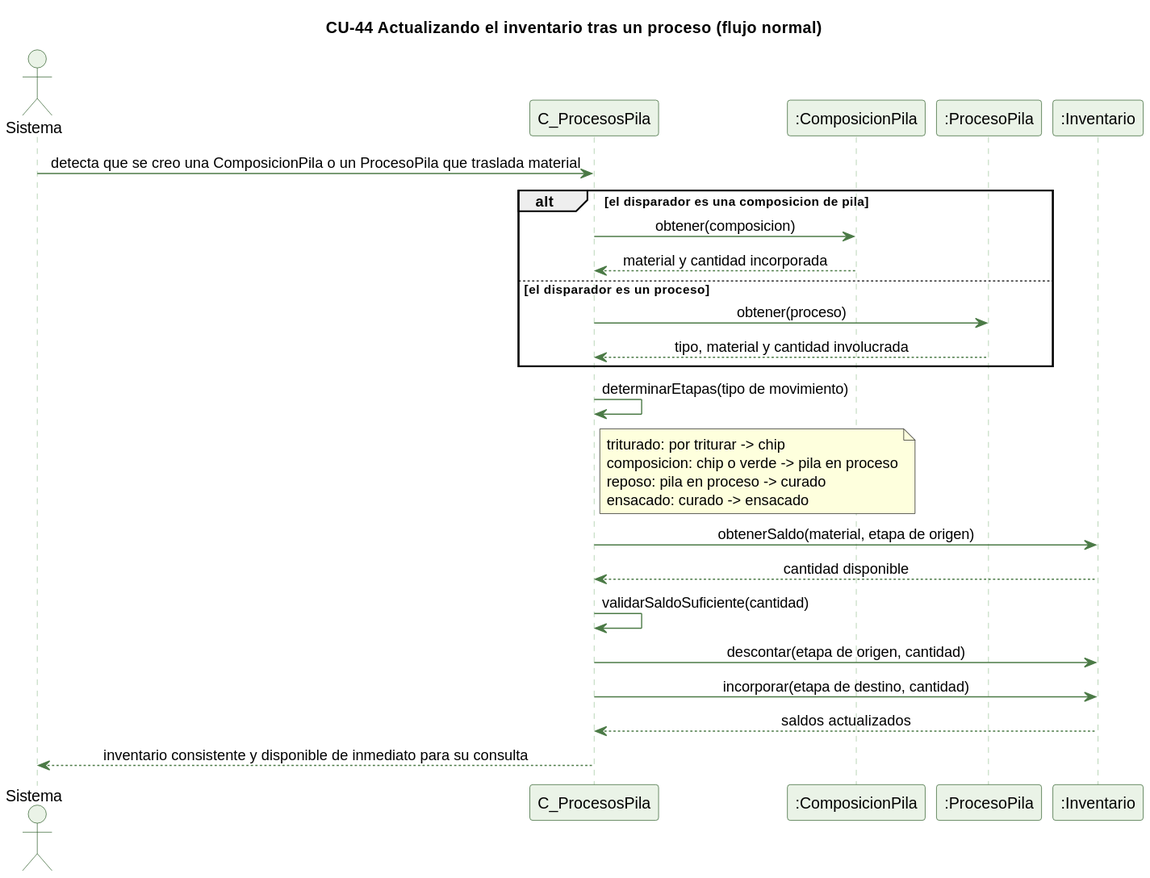
Earlier version of the PlantUML export docs/trabajo-grupal/diagramas/secuencias/cu44-inventario-actualizar-normal.svg (kenjikaese/Triverde). Source of this version:
```plantuml
@startuml
skinparam backgroundColor #FFFFFF
skinparam shadowing false
skinparam defaultFontName Helvetica
skinparam sequenceMessageAlign center
skinparam ParticipantBackgroundColor #EAF3E7
skinparam ParticipantBorderColor #2E5E2A
skinparam ActorBackgroundColor #EAF3E7
skinparam ActorBorderColor #2E5E2A
skinparam sequenceLifeLineBorderColor #9CC49A
skinparam ArrowColor #4B7A46

title CU-44 Actualizando el inventario tras un proceso (flujo normal)

actor Sistema
participant "C_ProcesosPila" as C
participant ":ComposicionPila" as CP
participant ":ProcesoPila" as PP
participant ":Inventario" as I

Sistema -> C : detecta que se creo una ComposicionPila o un ProcesoPila que traslada material
alt el disparador es una composicion de pila
  C -> CP : obtener(composicion)
  CP --> C : material y cantidad incorporada
else el disparador es un proceso
  C -> PP : obtener(proceso)
  PP --> C : tipo, material y cantidad involucrada
end
C -> C : determinarEtapas(tipo de movimiento)
note right of C : triturado: por triturar -> chip\ncomposicion: chip o verde -> pila en proceso\nreposo: pila en proceso -> curado\nensacado: curado -> ensacado
C -> I : obtenerSaldo(material, etapa de origen)
I --> C : cantidad disponible
C -> C : validarSaldoSuficiente(cantidad)
C -> I : descontar(etapa de origen, cantidad)
C -> I : incorporar(etapa de destino, cantidad)
I --> C : saldos actualizados
C --> Sistema : inventario consistente y disponible de inmediato para su consulta
@enduml
```
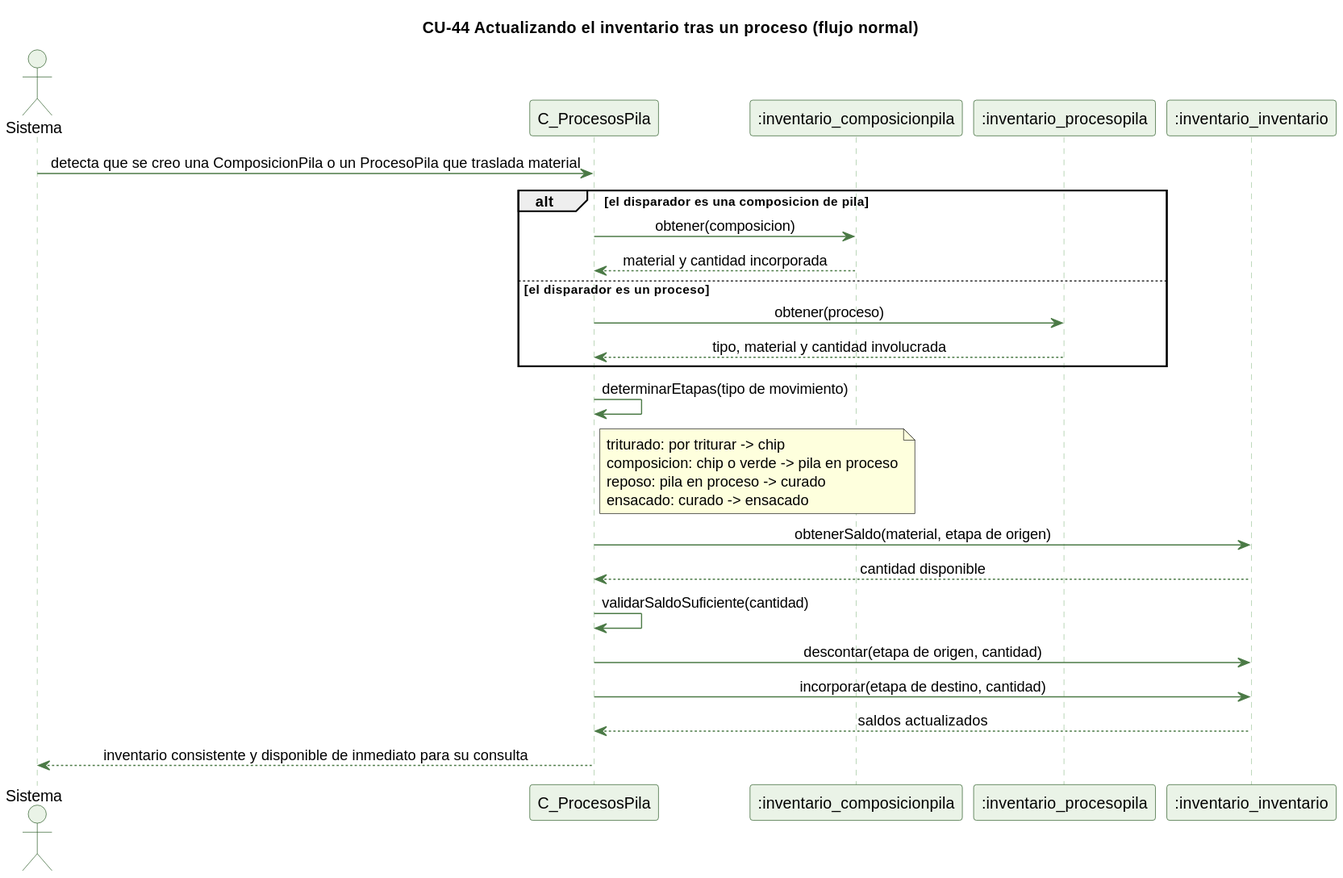
After the commit.

The edit, as a diff of the source:
```diff
@@ -14,9 +14,9 @@
 
 actor Sistema
 participant "C_ProcesosPila" as C
-participant ":ComposicionPila" as CP
-participant ":ProcesoPila" as PP
-participant ":Inventario" as I
+participant ":inventario_composicionpila" as CP
+participant ":inventario_procesopila" as PP
+participant ":inventario_inventario" as I
 
 Sistema -> C : detecta que se creo una ComposicionPila o un ProcesoPila que traslada material
 alt el disparador es una composicion de pila
```
